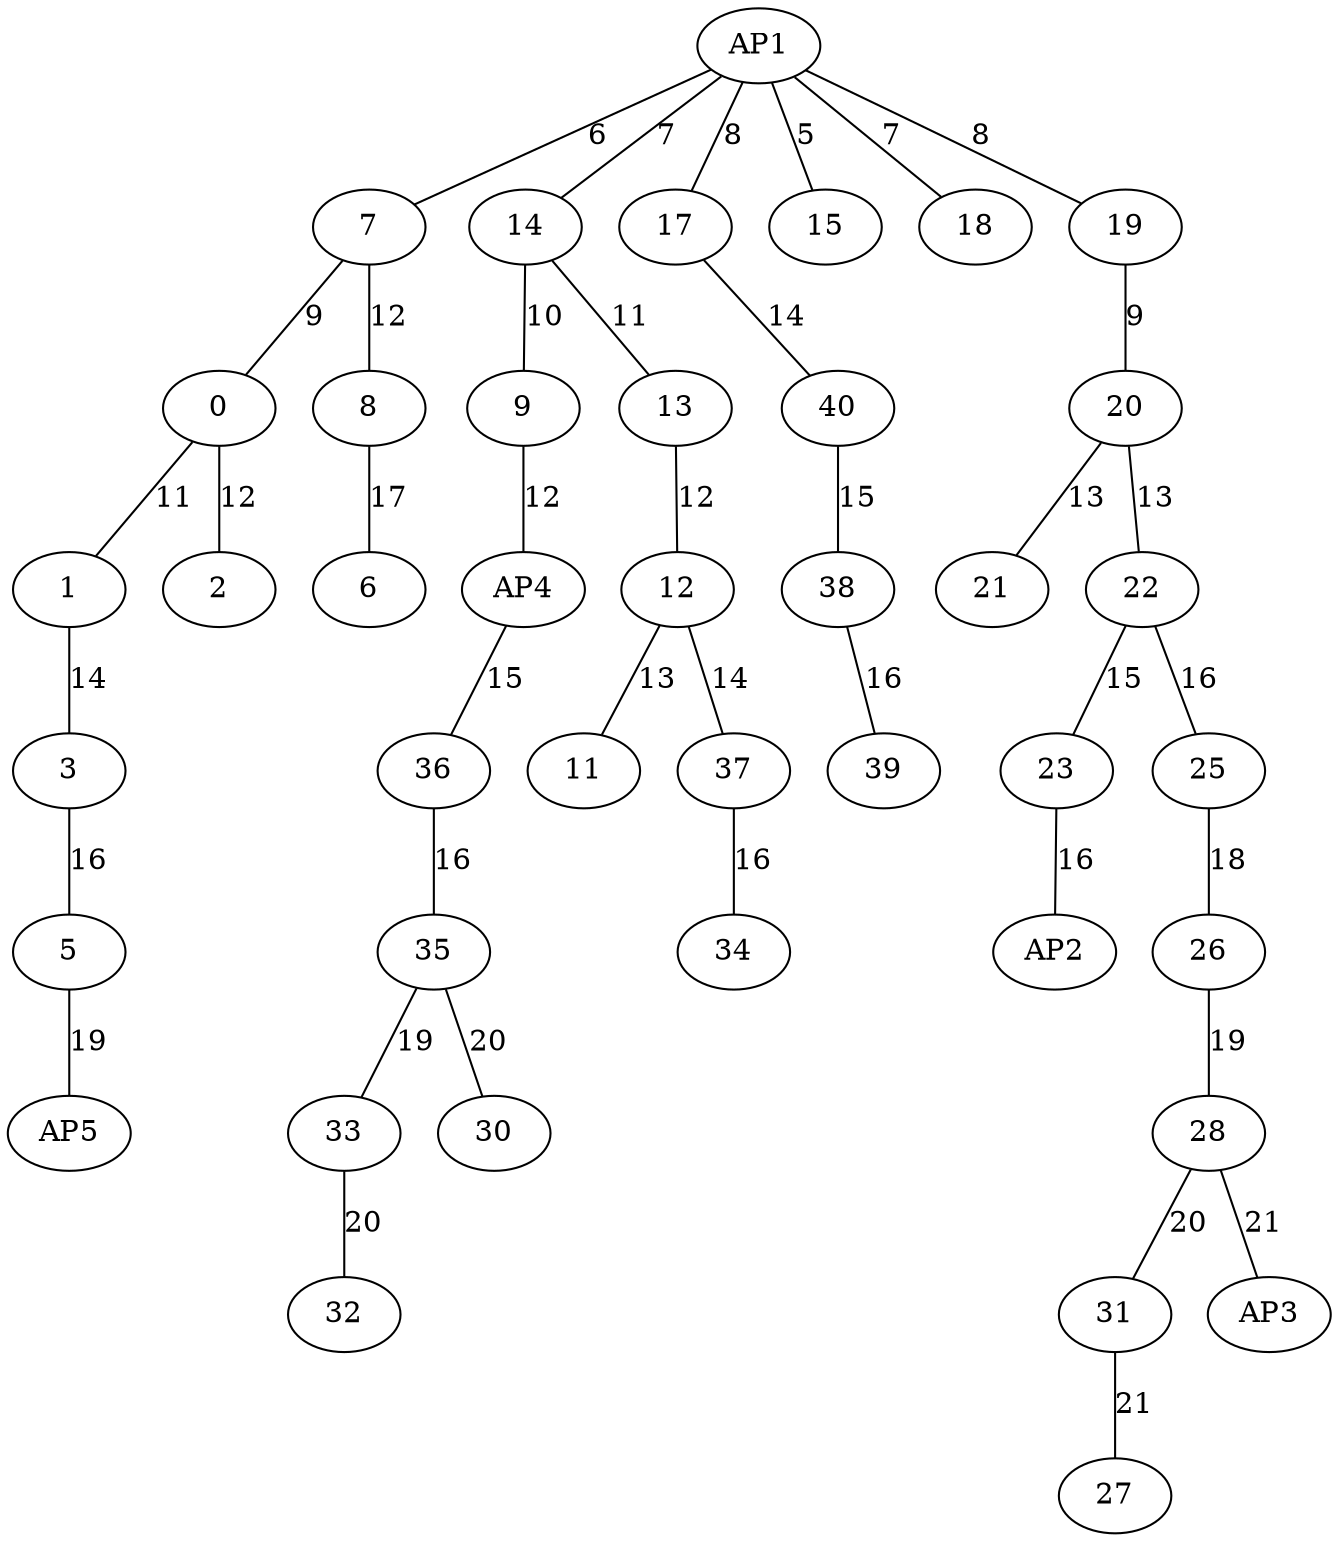
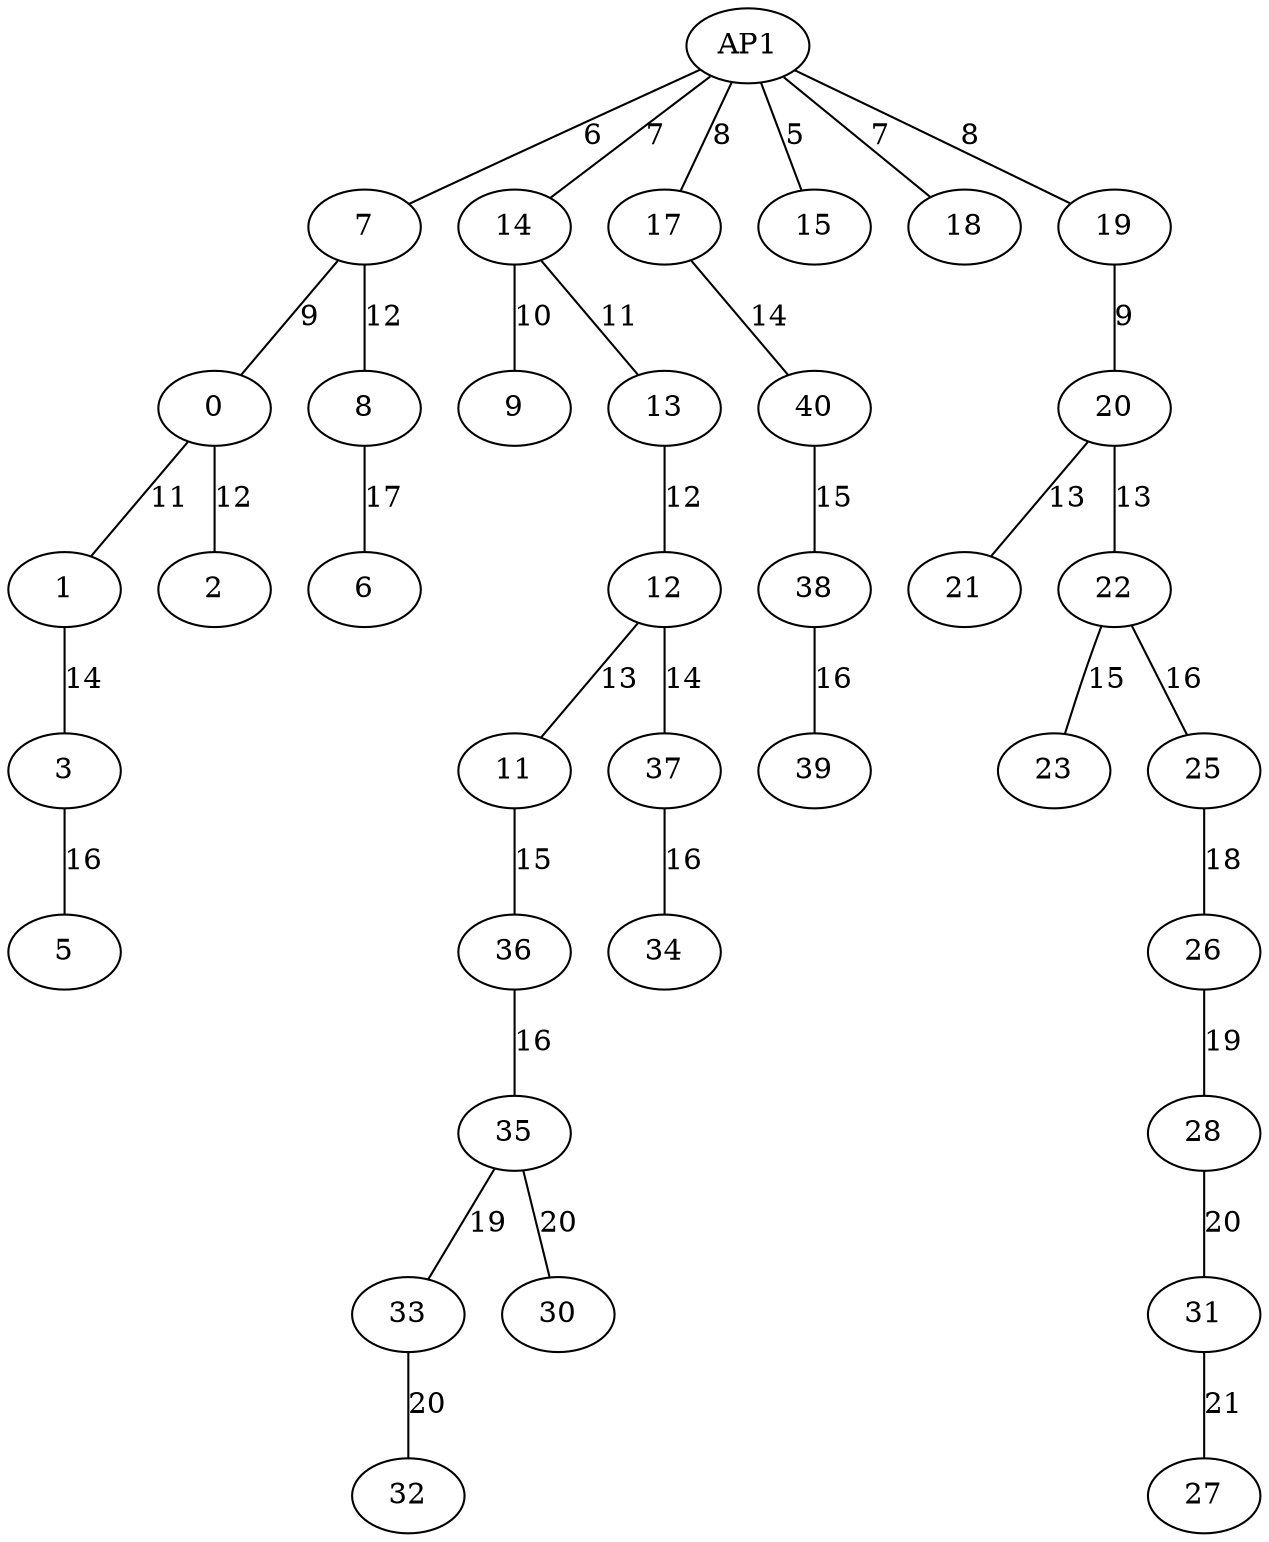
graph US13 {
7 -- ﻿0 [label="9"];
﻿0 -- 1 [label="11"];
﻿0 -- 2 [label="12"];
AP1 -- 7 [label="6"];
1 -- 3 [label="14"];
3 -- 5 [label="16"];
- 5 -- AP5 [label="19"];
8 -- 6 [label="17"];
7 -- 8 [label="12"];
AP1 -- 14 [label="7"];
14 -- 9 [label="10"];
- 9 -- AP4 [label="12"];
12 -- 11 [label="13"];
- AP4 -- 36 [label="15"];
+ 11 -- 36 [label="15"];
13 -- 12 [label="12"];
14 -- 13 [label="11"];
12 -- 37 [label="14"];
17 -- 40 [label="14"];
AP1 -- 15 [label="5"];
AP1 -- 17 [label="8"];
AP1 -- 18 [label="7"];
AP1 -- 19 [label="8"];
19 -- 20 [label="9"];
20 -- 21 [label="13"];
20 -- 22 [label="13"];
22 -- 23 [label="15"];
22 -- 25 [label="16"];
- 23 -- AP2 [label="16"];
25 -- 26 [label="18"];
31 -- 27 [label="21"];
26 -- 28 [label="19"];
28 -- 31 [label="20"];
35 -- 33 [label="19"];
- 28 -- AP3 [label="21"];
35 -- 30 [label="20"];
36 -- 35 [label="16"];
33 -- 32 [label="20"];
38 -- 39 [label="16"];
37 -- 34 [label="16"];
40 -- 38 [label="15"];
}